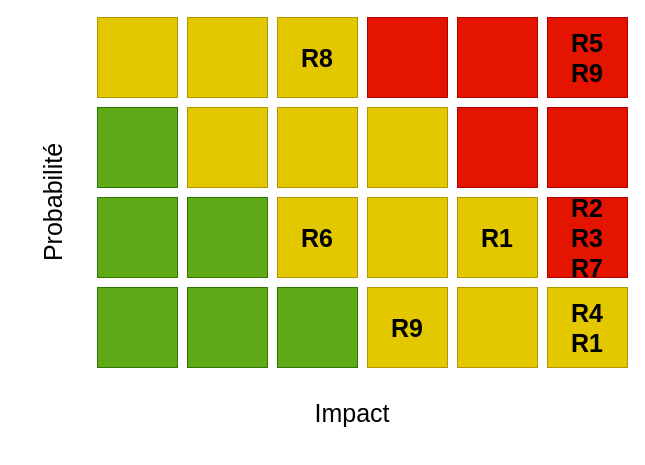
The draw.io diagram risques.drawio in GearShift-Games/C0N-DU8, before the edit. Source tidied: cells renumbered, new cells numbered last; positions are measured from the earlier drawing's top-left corner, leaving out a move shared by most shapes. Both pictures are drawn from the tidied source at 100%, with x=0, y=0 at pixel (-23, 17).
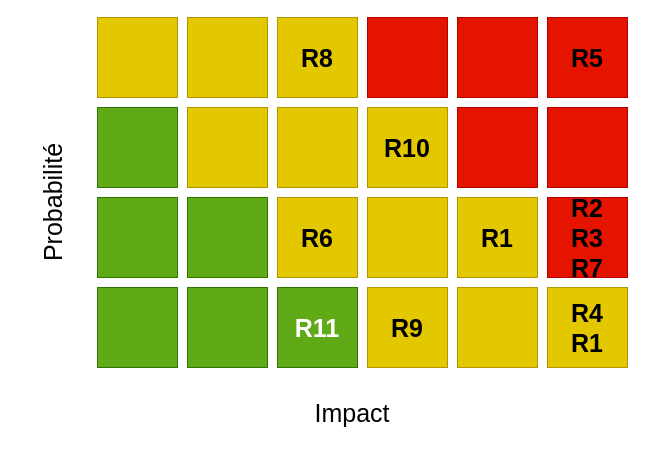
The same diagram, later.

Commit message (it also covers changes not shown here):
risques text

The edit, as a diff of the source:
```diff
@@
-    <mxCell id="6" value="&lt;span style=&quot;color: rgb(0, 0, 0);&quot;&gt;R5&lt;br&gt;R9&lt;br&gt;&lt;/span&gt;" style="whiteSpace=wrap;html=1;fillColor=#e51400;fontColor=#ffffff;strokeColor=#B20000;fontStyle=1;fontSize=25;" parent="1" vertex="1">
+    <mxCell id="6" value="&lt;span style=&quot;color: rgb(0, 0, 0);&quot;&gt;R5&lt;br&gt;&lt;/span&gt;" style="whiteSpace=wrap;html=1;fillColor=#e51400;fontColor=#ffffff;strokeColor=#B20000;fontStyle=1;fontSize=25;" parent="1" vertex="1">
       <mxGeometry x="570" width="80" height="80" as="geometry" />
     </mxCell>
@@
-    <mxCell id="10" style="whiteSpace=wrap;html=1;fillColor=#e3c800;fontColor=#000000;strokeColor=#B09500;fontStyle=1;fontSize=25;" parent="1" vertex="1">
+    <mxCell id="10" value="R10" style="whiteSpace=wrap;html=1;fillColor=#e3c800;fontColor=#000000;strokeColor=#B09500;fontStyle=1;fontSize=25;" parent="1" vertex="1">
       <mxGeometry x="390" y="90" width="80" height="80" as="geometry" />
     </mxCell>
@@
-    <mxCell id="21" style="whiteSpace=wrap;html=1;fillColor=#60a917;fontColor=#ffffff;strokeColor=#2D7600;fontStyle=1;fontSize=25;" parent="1" vertex="1">
+    <mxCell id="21" value="R11" style="whiteSpace=wrap;html=1;fillColor=#60a917;fontColor=#ffffff;strokeColor=#2D7600;fontStyle=1;fontSize=25;" parent="1" vertex="1">
       <mxGeometry x="300" y="270" width="80" height="80" as="geometry" />
     </mxCell>
```
